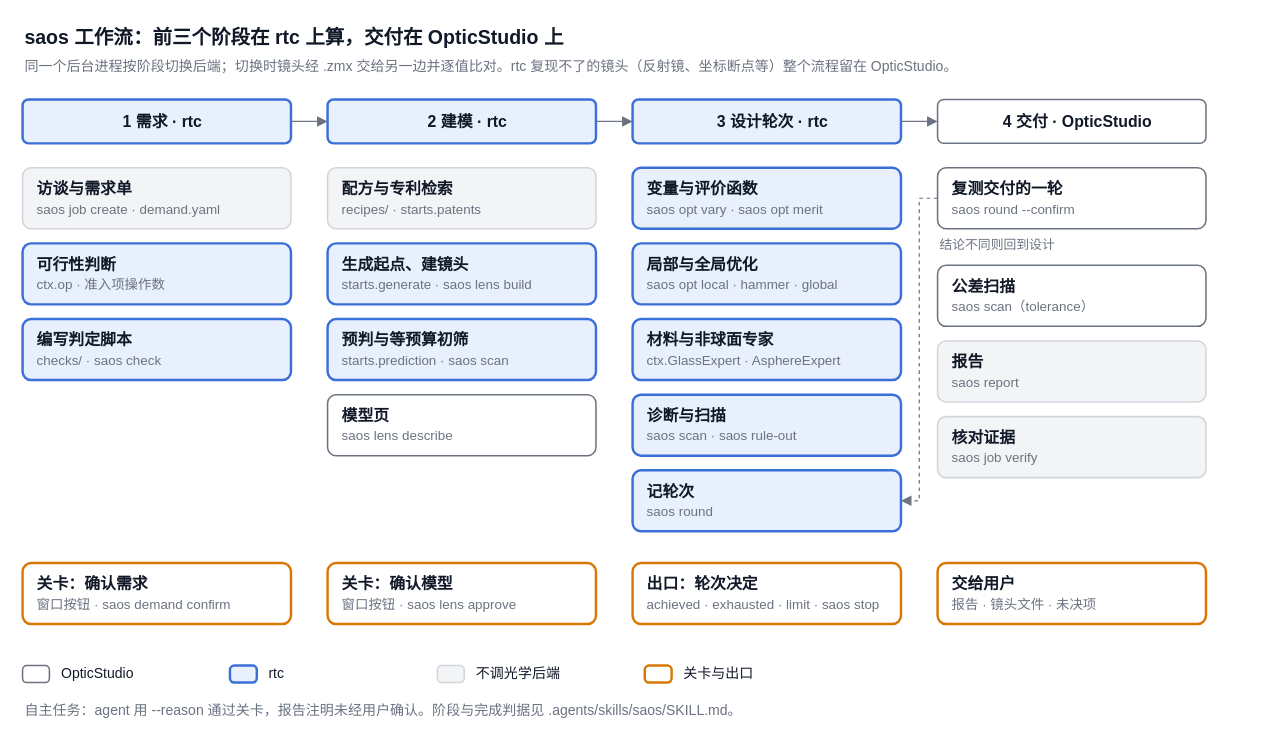
Above: docs/workflow.drawio in Cyli00/saos (draw.io), before the change. Source tidied: cells renumbered, new cells numbered last; positions are measured from the earlier drawing's top-left corner, leaving out a move shared by most shapes. Both pictures are drawn from the tidied source at 122%, with x=0, y=0 at pixel (22, 21).
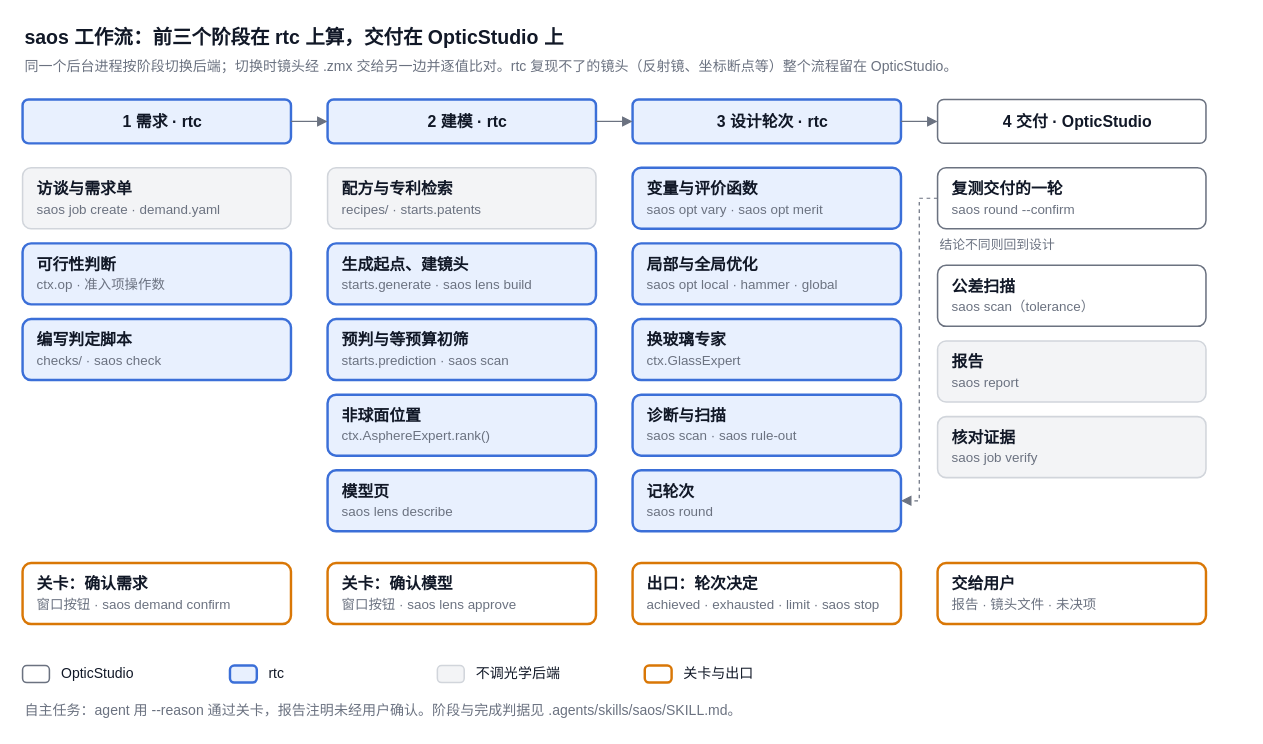
Above is the later version.

The edit, as a diff of the source:
```diff
@@
-    <mxCell id="13" value="&lt;b&gt;模型页&lt;/b&gt;&lt;br&gt;&lt;font style=&quot;font-size:11px&quot; color=&quot;#6B7280&quot;&gt;saos lens describe&lt;/font&gt;" style="rounded=1;arcSize=14;whiteSpace=wrap;html=1;align=left;verticalAlign=middle;spacingLeft=10;fontSize=13;fontColor=#111827;fillColor=#FFFFFF;strokeColor=#6B7280;strokeWidth=1.25;" parent="1" vertex="1">
+    <mxCell id="13" value="&lt;b&gt;非球面位置&lt;/b&gt;&lt;br&gt;&lt;font style=&quot;font-size:11px&quot; color=&quot;#6B7280&quot;&gt;ctx.AsphereExpert.rank()&lt;/font&gt;" style="rounded=1;arcSize=14;whiteSpace=wrap;html=1;align=left;verticalAlign=middle;spacingLeft=10;fontSize=13;fontColor=#111827;fillColor=#E8F0FE;strokeColor=#3B6FD8;strokeWidth=2;" parent="1" vertex="1">
       <mxGeometry x="250" y="306" width="220" height="50" as="geometry" />
     </mxCell>
+    <mxCell id="42" value="&lt;b&gt;模型页&lt;/b&gt;&lt;br&gt;&lt;font style=&quot;font-size:11px&quot; color=&quot;#6B7280&quot;&gt;saos lens describe&lt;/font&gt;" style="rounded=1;arcSize=14;whiteSpace=wrap;html=1;align=left;verticalAlign=middle;spacingLeft=10;fontSize=13;fontColor=#111827;fillColor=#E8F0FE;strokeColor=#3B6FD8;strokeWidth=2;" parent="1" vertex="1">
+      <mxGeometry x="250" y="368" width="220" height="50" as="geometry" />
+    </mxCell>
@@
-    <mxCell id="18" value="&lt;b&gt;材料与非球面专家&lt;/b&gt;&lt;br&gt;&lt;font style=&quot;font-size:11px&quot; color=&quot;#6B7280&quot;&gt;ctx.GlassExpert · AsphereExpert&lt;/font&gt;" style="rounded=1;arcSize=14;whiteSpace=wrap;html=1;align=left;verticalAlign=middle;spacingLeft=10;fontSize=13;fontColor=#111827;fillColor=#E8F0FE;strokeColor=#3B6FD8;strokeWidth=2;" parent="1" vertex="1">
+    <mxCell id="18" value="&lt;b&gt;换玻璃专家&lt;/b&gt;&lt;br&gt;&lt;font style=&quot;font-size:11px&quot; color=&quot;#6B7280&quot;&gt;ctx.GlassExpert&lt;/font&gt;" style="rounded=1;arcSize=14;whiteSpace=wrap;html=1;align=left;verticalAlign=middle;spacingLeft=10;fontSize=13;fontColor=#111827;fillColor=#E8F0FE;strokeColor=#3B6FD8;strokeWidth=2;" parent="1" vertex="1">
       <mxGeometry x="500" y="244" width="220" height="50" as="geometry" />
     </mxCell>
```
